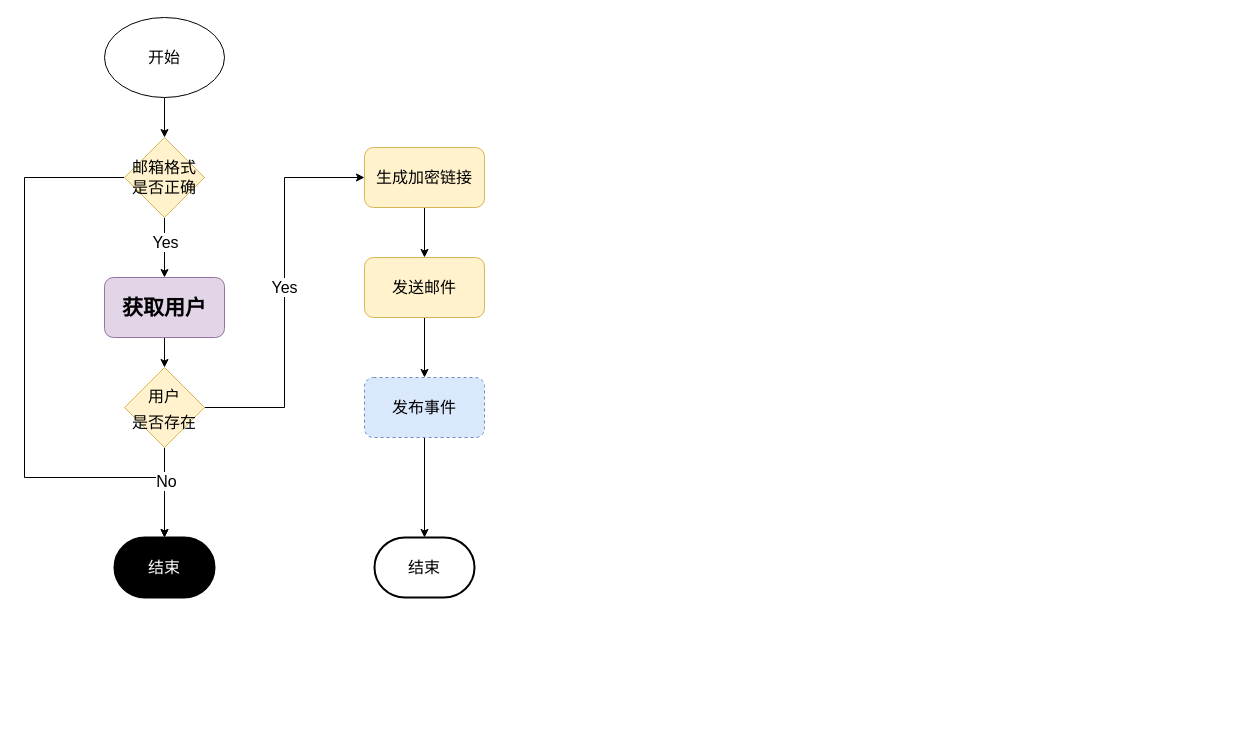
Marchgrass/diagrams keeps this draw.io diagram as page "第 2 页" (2 of 3) of files/未命名绘图.drawio. Above is the earlier version. Source tidied: cells renumbered, new cells numbered last; positions are measured from the earlier drawing's top-left corner, leaving out a move shared by most shapes. Both pictures are drawn from the tidied source at 100%, with x=0, y=0 at pixel (24, 17).
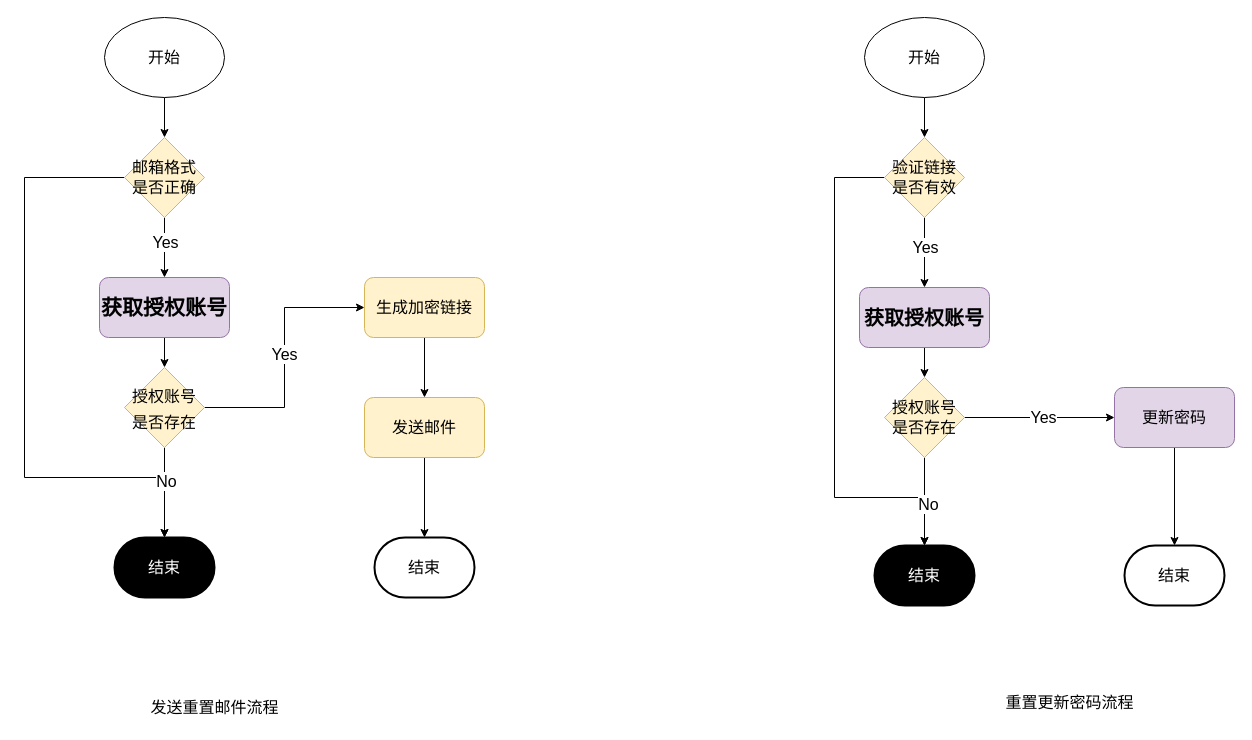
Above is the later version.

Commit message:
忘记密码流程.drawio

Unchanged cells that the change refers to:
```xml
<mxCell id="22" value="结束" style="strokeWidth=2;html=1;shape=mxgraph.flowchart.terminator;whiteSpace=wrap;fontSize=16;fontColor=#000000;fillColor=#FFFFFF;" parent="1" vertex="1">
  <mxGeometry x="350" y="520" width="100" height="60" as="geometry" />
</mxCell>
```

The edit, as a diff of the source:
```diff
@@
-    <mxCell id="9" value="&lt;font style=&quot;font-size: 21px;&quot;&gt;&lt;b&gt;获取用户&lt;/b&gt;&lt;/font&gt;" style="rounded=1;whiteSpace=wrap;html=1;fillColor=#e1d5e7;strokeColor=#9673a6;" parent="1" vertex="1">
-      <mxGeometry x="80" y="260" width="120" height="60" as="geometry" />
+    <mxCell id="9" value="&lt;font style=&quot;font-size: 21px;&quot;&gt;&lt;b&gt;获取授权账号&lt;/b&gt;&lt;/font&gt;" style="rounded=1;whiteSpace=wrap;html=1;fillColor=#e1d5e7;strokeColor=#9673a6;" parent="1" vertex="1">
+      <mxGeometry x="75" y="260" width="130" height="60" as="geometry" />
     </mxCell>
@@
-    <mxCell id="14" value="&lt;font style=&quot;font-size: 16px;&quot;&gt;用户&lt;br&gt;是否存在&lt;/font&gt;" style="rhombus;whiteSpace=wrap;html=1;fontSize=21;fillColor=#fff2cc;strokeColor=#d6b656;" parent="1" vertex="1">
+    <mxCell id="14" value="&lt;font style=&quot;font-size: 16px;&quot;&gt;授权账号&lt;br&gt;是否存在&lt;/font&gt;" style="rhombus;whiteSpace=wrap;html=1;fontSize=21;fillColor=#fff2cc;strokeColor=#d6b656;" parent="1" vertex="1">
       <mxGeometry x="100" y="350" width="80" height="80" as="geometry" />
     </mxCell>
@@
     <mxCell id="17" value="生成加密链接" style="rounded=1;whiteSpace=wrap;html=1;fontSize=16;fillColor=#fff2cc;strokeColor=#d6b656;" parent="1" vertex="1">
-      <mxGeometry x="340" y="130" width="120" height="60" as="geometry" />
+      <mxGeometry x="340" y="260" width="120" height="60" as="geometry" />
     </mxCell>
-    <mxCell id="18" style="edgeStyle=orthogonalEdgeStyle;rounded=0;jettySize=auto;html=1;entryX=0.5;entryY=0;entryDx=0;entryDy=0;fontSize=16;fontColor=#000000;" parent="1" edge="1" source="19" target="21">
+    <mxCell id="18" style="edgeStyle=orthogonalEdgeStyle;rounded=0;jettySize=auto;html=1;entryX=0.5;entryY=0;entryDx=0;entryDy=0;fontSize=16;fontColor=#000000;entryPerimeter=0;" parent="1" edge="1" source="19" target="22">
       <mxGeometry relative="1" as="geometry" />
     </mxCell>
     <mxCell id="19" value="发送邮件" style="rounded=1;whiteSpace=wrap;html=1;fontSize=16;fillColor=#fff2cc;strokeColor=#d6b656;" parent="1" vertex="1">
-      <mxGeometry x="340" y="240" width="120" height="60" as="geometry" />
+      <mxGeometry x="340" y="380" width="120" height="60" as="geometry" />
     </mxCell>
-    <mxCell id="20" style="edgeStyle=orthogonalEdgeStyle;rounded=0;jettySize=auto;html=1;entryX=0.5;entryY=0;entryDx=0;entryDy=0;entryPerimeter=0;fontSize=16;fontColor=#000000;" parent="1" edge="1" source="21" target="22">
-      <mxGeometry relative="1" as="geometry" />
-    </mxCell>
-    <mxCell id="21" value="发布事件" style="rounded=1;whiteSpace=wrap;html=1;fontSize=16;fillColor=#dae8fc;dashed=1;strokeColor=#6c8ebf;" parent="1" vertex="1">
-      <mxGeometry x="340" y="360" width="120" height="60" as="geometry" />
-    </mxCell>
@@
+    <mxCell id="23" style="edgeStyle=orthogonalEdgeStyle;rounded=0;jettySize=auto;html=1;fontSize=16;fontColor=#000000;" parent="1" edge="1" source="24" target="28">
+      <mxGeometry relative="1" as="geometry" />
+    </mxCell>
+    <mxCell id="24" value="开始" style="ellipse;whiteSpace=wrap;html=1;fontSize=16;fontColor=#000000;fillColor=#FFFFFF;" parent="1" vertex="1">
+      <mxGeometry x="840" width="120" height="80" as="geometry" />
+    </mxCell>
+    <mxCell id="25" style="edgeStyle=orthogonalEdgeStyle;rounded=0;jettySize=auto;html=1;exitX=0.5;exitY=1;exitDx=0;exitDy=0;entryX=0.5;entryY=0;entryDx=0;entryDy=0;fontSize=16;fontColor=#000000;" parent="1" edge="1" source="28" target="36">
+      <mxGeometry relative="1" as="geometry" />
+    </mxCell>
+    <mxCell id="26" value="Yes" style="edgeLabel;html=1;align=center;verticalAlign=middle;fontSize=16;fontColor=#000000;" parent="25" vertex="1">
+      <mxGeometry x="-0.17" relative="1" as="geometry" />
+    </mxCell>
+    <mxCell id="27" style="edgeStyle=orthogonalEdgeStyle;rounded=0;jettySize=auto;html=1;exitX=0;exitY=0.5;exitDx=0;exitDy=0;fontSize=16;fontColor=#000000;entryX=0.5;entryY=0;entryDx=0;entryDy=0;entryPerimeter=0;" parent="1" edge="1" source="28" target="29">
+      <mxGeometry relative="1" as="geometry">
+        <Array as="points">
+          <mxPoint x="810" y="160" />
+          <mxPoint x="810" y="480" />
+          <mxPoint x="900" y="480" />
+        </Array>
+      </mxGeometry>
+    </mxCell>
+    <mxCell id="28" value="验证链接是否有效" style="rhombus;whiteSpace=wrap;html=1;fontSize=16;fillColor=#fff2cc;strokeColor=#d6b656;" parent="1" vertex="1">
+      <mxGeometry x="860" y="120" width="80" height="80" as="geometry" />
+    </mxCell>
+    <mxCell id="29" value="&lt;font color=&quot;#ffffff&quot;&gt;结束&lt;/font&gt;" style="strokeWidth=2;html=1;shape=mxgraph.flowchart.terminator;whiteSpace=wrap;fontSize=16;fontColor=#000000;fillColor=#000000;" parent="1" vertex="1">
+      <mxGeometry x="850" y="528" width="100" height="60" as="geometry" />
+    </mxCell>
+    <mxCell id="30" style="edgeStyle=orthogonalEdgeStyle;rounded=0;jettySize=auto;html=1;exitX=0.5;exitY=1;exitDx=0;exitDy=0;fontSize=16;fontColor=#000000;" parent="1" edge="1" source="34" target="29">
+      <mxGeometry relative="1" as="geometry" />
+    </mxCell>
+    <mxCell id="31" value="No" style="edgeLabel;html=1;align=center;verticalAlign=middle;fontSize=16;fontColor=#000000;" parent="30" vertex="1">
+      <mxGeometry x="0.05" y="3" relative="1" as="geometry" />
+    </mxCell>
+    <mxCell id="32" style="edgeStyle=orthogonalEdgeStyle;rounded=0;jettySize=auto;html=1;entryX=0;entryY=0.5;entryDx=0;entryDy=0;fontSize=16;fontColor=#000000;" parent="1" edge="1" source="34" target="38">
+      <mxGeometry relative="1" as="geometry" />
+    </mxCell>
+    <mxCell id="33" value="Yes" style="edgeLabel;html=1;align=center;verticalAlign=middle;fontSize=16;fontColor=#000000;" parent="32" vertex="1">
+      <mxGeometry x="0.04" y="1" relative="1" as="geometry" />
+    </mxCell>
+    <mxCell id="34" value="授权账号&lt;br&gt;是否存在" style="rhombus;whiteSpace=wrap;html=1;fontSize=16;fillColor=#fff2cc;strokeColor=#d6b656;" parent="1" vertex="1">
+      <mxGeometry x="860" y="360" width="80" height="80" as="geometry" />
+    </mxCell>
+    <mxCell id="35" style="edgeStyle=orthogonalEdgeStyle;rounded=0;jettySize=auto;html=1;exitX=0.5;exitY=1;exitDx=0;exitDy=0;entryX=0.5;entryY=0;entryDx=0;entryDy=0;fontSize=16;fontColor=#000000;" parent="1" edge="1" source="36" target="34">
+      <mxGeometry relative="1" as="geometry" />
+    </mxCell>
+    <mxCell id="36" value="&lt;font style=&quot;font-size: 20px;&quot;&gt;&lt;b&gt;获取授权账号&lt;/b&gt;&lt;/font&gt;" style="rounded=1;whiteSpace=wrap;html=1;fontSize=16;fillColor=#e1d5e7;strokeColor=#9673a6;" parent="1" vertex="1">
+      <mxGeometry x="835" y="270" width="130" height="60" as="geometry" />
+    </mxCell>
+    <mxCell id="37" style="edgeStyle=orthogonalEdgeStyle;rounded=0;jettySize=auto;html=1;fontSize=16;fontColor=#000000;" parent="1" edge="1" source="38" target="39">
+      <mxGeometry relative="1" as="geometry" />
+    </mxCell>
+    <mxCell id="38" value="更新密码" style="rounded=1;whiteSpace=wrap;html=1;fontSize=16;fillColor=#e1d5e7;strokeColor=#9673a6;" parent="1" vertex="1">
+      <mxGeometry x="1090" y="370" width="120" height="60" as="geometry" />
+    </mxCell>
+    <mxCell id="39" value="结束" style="strokeWidth=2;html=1;shape=mxgraph.flowchart.terminator;whiteSpace=wrap;fontSize=16;fontColor=#000000;fillColor=#FFFFFF;" parent="1" vertex="1">
+      <mxGeometry x="1100" y="528" width="100" height="60" as="geometry" />
+    </mxCell>
+    <mxCell id="40" value="发送重置邮件流程" style="text;html=1;align=center;verticalAlign=middle;strokeColor=none;fillColor=none;fontSize=16;fontColor=#000000;" parent="1" vertex="1">
+      <mxGeometry x="115" y="675" width="150" height="30" as="geometry" />
+    </mxCell>
+    <mxCell id="41" value="重置更新密码流程" style="text;html=1;align=center;verticalAlign=middle;strokeColor=none;fillColor=none;fontSize=16;fontColor=#000000;" parent="1" vertex="1">
+      <mxGeometry x="970" y="670" width="150" height="30" as="geometry" />
+    </mxCell>
```
